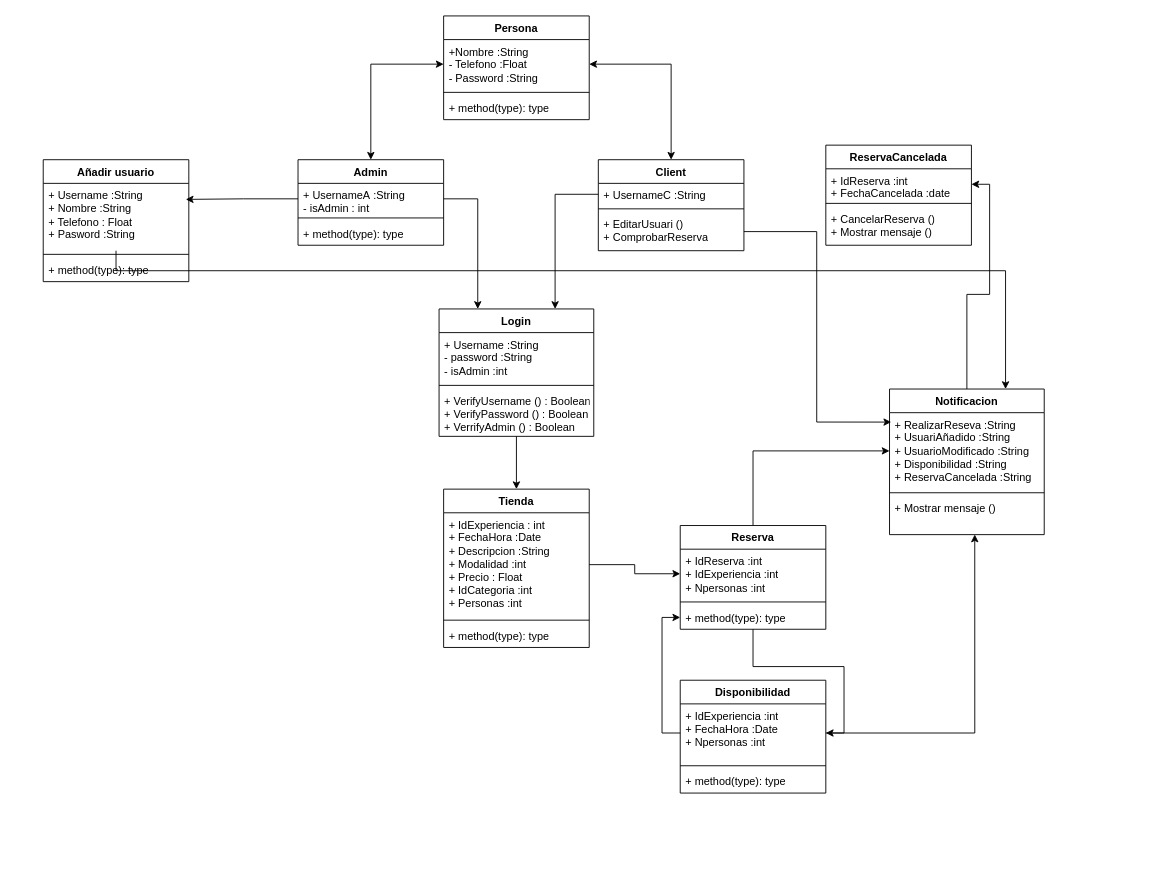
Above: Diagramas/UML_XaJo.drawio in joam6/Sailing_XaJo (draw.io), before the change. Source tidied: cells renumbered, new cells numbered last; positions are measured from the earlier drawing's top-left corner, leaving out a move shared by most shapes. Both pictures are drawn from the tidied source at 91%, with x=0, y=0 at pixel (43, 15).
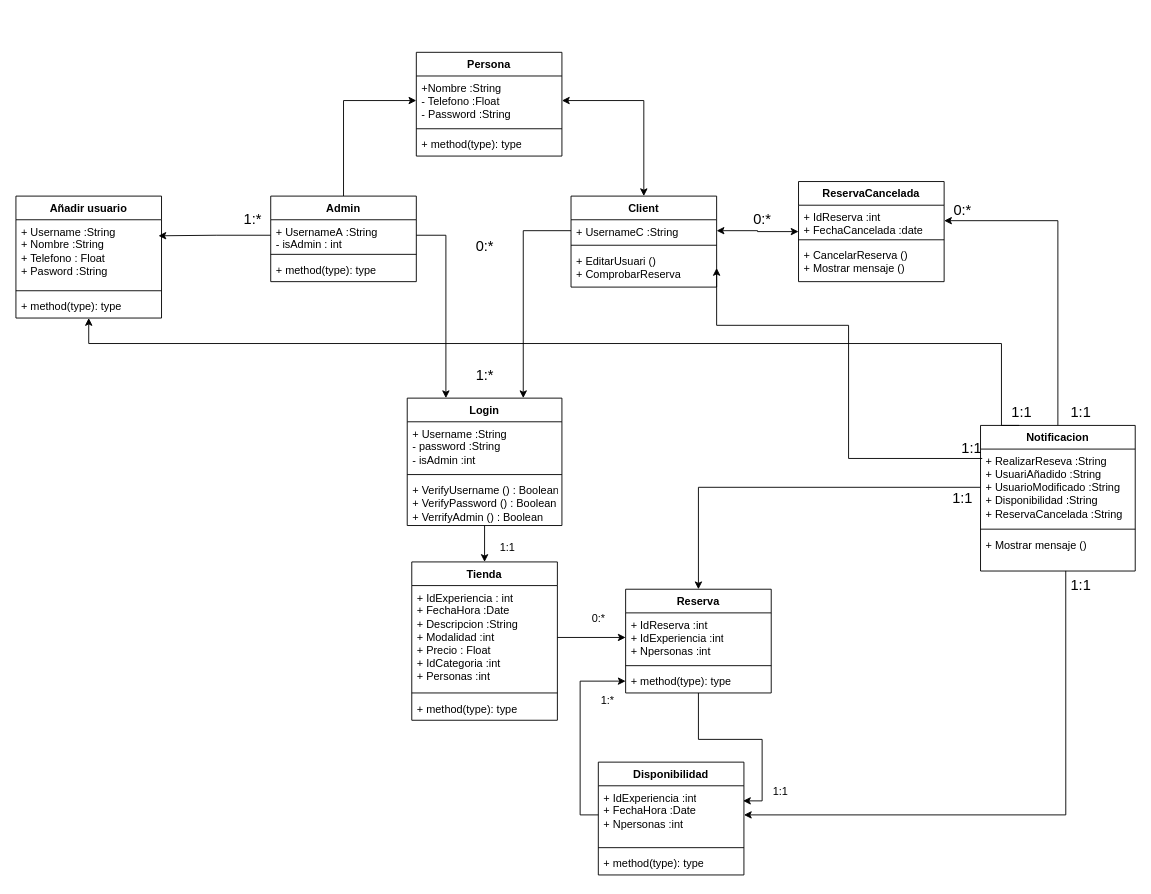
Above is the later version.

The change refers to these unchanged cells:
```xml
<mxCell id="8" value="+Nombre :String&lt;br&gt;- Telefono :Float&lt;br&gt;- Password :String" style="text;strokeColor=none;fillColor=none;align=left;verticalAlign=top;spacingLeft=4;spacingRight=4;overflow=hidden;points=[[0,0.5],[1,0.5]];portConstraint=eastwest;whiteSpace=wrap;html=1;" parent="7" vertex="1">
  <mxGeometry y="26" width="160" height="54" as="geometry" />
</mxCell>
<mxCell id="18" value="&lt;div&gt;+ UsernameC&amp;nbsp;&lt;span style=&quot;background-color: initial;&quot;&gt;:String&lt;/span&gt;&lt;/div&gt;" style="text;strokeColor=none;fillColor=none;align=left;verticalAlign=top;spacingLeft=4;spacingRight=4;overflow=hidden;points=[[0,0.5],[1,0.5]];portConstraint=eastwest;whiteSpace=wrap;html=1;" parent="17" vertex="1">
  <mxGeometry y="26" width="160" height="24" as="geometry" />
</mxCell>
<mxCell id="20" value="+ EditarUsuari ()&lt;br&gt;+ ComprobarReserva&lt;div&gt;&lt;/div&gt;" style="text;strokeColor=none;fillColor=none;align=left;verticalAlign=top;spacingLeft=4;spacingRight=4;overflow=hidden;points=[[0,0.5],[1,0.5]];portConstraint=eastwest;whiteSpace=wrap;html=1;" parent="17" vertex="1">
  <mxGeometry y="58" width="160" height="42" as="geometry" />
</mxCell>
<mxCell id="29" value="+ RealizarReseva :String&lt;br&gt;+ UsuariAñadido :String&lt;br&gt;+ UsuarioModificado :String&lt;br&gt;+ Disponibilidad :String&lt;br&gt;+ ReservaCancelada :String" style="text;strokeColor=none;fillColor=none;align=left;verticalAlign=top;spacingLeft=4;spacingRight=4;overflow=hidden;points=[[0,0.5],[1,0.5]];portConstraint=eastwest;whiteSpace=wrap;html=1;" parent="28" vertex="1">
  <mxGeometry y="26" width="170" height="84" as="geometry" />
</mxCell>
<mxCell id="31" value="+ Mostrar mensaje ()" style="text;strokeColor=none;fillColor=none;align=left;verticalAlign=top;spacingLeft=4;spacingRight=4;overflow=hidden;points=[[0,0.5],[1,0.5]];portConstraint=eastwest;whiteSpace=wrap;html=1;" parent="28" vertex="1">
  <mxGeometry y="118" width="170" height="42" as="geometry" />
</mxCell>
<mxCell id="33" value="+ Username :String&lt;br&gt;+ Nombre :String&lt;br&gt;+ Telefono : Float&lt;br&gt;+ Pasword :String" style="text;strokeColor=none;fillColor=none;align=left;verticalAlign=top;spacingLeft=4;spacingRight=4;overflow=hidden;points=[[0,0.5],[1,0.5]];portConstraint=eastwest;whiteSpace=wrap;html=1;" parent="32" vertex="1">
  <mxGeometry y="26" width="160" height="74" as="geometry" />
</mxCell>
<mxCell id="41" value="+ IdExperiencia :int&lt;br&gt;+ Fecha&lt;span style=&quot;background-color: initial;&quot;&gt;Hora :Date&lt;/span&gt;&lt;div&gt;+ Npersonas :int&lt;/div&gt;" style="text;strokeColor=none;fillColor=none;align=left;verticalAlign=top;spacingLeft=4;spacingRight=4;overflow=hidden;points=[[0,0.5],[1,0.5]];portConstraint=eastwest;whiteSpace=wrap;html=1;" parent="40" vertex="1">
  <mxGeometry y="26" width="160" height="64" as="geometry" />
</mxCell>
```

Change to the diagram source:
```diff
@@
     <mxCell id="3" value="Login" style="swimlane;fontStyle=1;align=center;verticalAlign=top;horizontal=1;startSize=26;whiteSpace=wrap;html=1;" parent="1" vertex="1">
-      <mxGeometry x="435" y="322" width="170" height="140" as="geometry" />
+      <mxGeometry x="400" y="420" width="170" height="140" as="geometry" />
     </mxCell>
@@
     <mxCell id="7" value="Persona" style="swimlane;fontStyle=1;align=center;verticalAlign=top;horizontal=1;startSize=26;whiteSpace=wrap;html=1;" parent="1" vertex="1">
-      <mxGeometry x="440" width="160" height="114" as="geometry" />
+      <mxGeometry x="410" y="40" width="160" height="114" as="geometry" />
     </mxCell>
@@
-    <mxCell id="11" style="edgeStyle=orthogonalEdgeStyle;rounded=0;jettySize=auto;html=1;exitX=0.5;exitY=0;exitDx=0;exitDy=0;entryX=0;entryY=0.5;entryDx=0;entryDy=0;startArrow=classic;startFill=1;" parent="1" edge="1" source="12" target="8">
+    <mxCell id="11" style="edgeStyle=orthogonalEdgeStyle;rounded=0;jettySize=auto;html=1;exitX=0.5;exitY=0;exitDx=0;exitDy=0;entryX=0;entryY=0.5;entryDx=0;entryDy=0;startArrow=none;startFill=0;" parent="1" edge="1" source="12" target="8">
       <mxGeometry relative="1" as="geometry" />
     </mxCell>
     <mxCell id="12" value="Admin" style="swimlane;fontStyle=1;align=center;verticalAlign=top;horizontal=1;startSize=26;whiteSpace=wrap;html=1;" parent="1" vertex="1">
-      <mxGeometry x="280" y="158" width="160" height="94" as="geometry" />
+      <mxGeometry x="250" y="198" width="160" height="94" as="geometry" />
     </mxCell>
@@
     <mxCell id="17" value="Client" style="swimlane;fontStyle=1;align=center;verticalAlign=top;horizontal=1;startSize=26;whiteSpace=wrap;html=1;" parent="1" vertex="1">
-      <mxGeometry x="610" y="158" width="160" height="100" as="geometry" />
+      <mxGeometry x="580" y="198" width="160" height="100" as="geometry" />
     </mxCell>
@@
-    <mxCell id="21" style="edgeStyle=orthogonalEdgeStyle;rounded=0;jettySize=auto;html=1;" parent="1" edge="1" source="23" target="41">
+    <mxCell id="21" style="edgeStyle=orthogonalEdgeStyle;rounded=0;jettySize=auto;html=1;entryX=0.994;entryY=0.259;entryDx=0;entryDy=0;entryPerimeter=0;" parent="1" edge="1" source="23" target="41">
       <mxGeometry relative="1" as="geometry" />
     </mxCell>
-    <mxCell id="22" style="edgeStyle=orthogonalEdgeStyle;rounded=0;jettySize=auto;html=1;entryX=0;entryY=0.5;entryDx=0;entryDy=0;" parent="1" edge="1" source="23" target="29">
+    <mxCell id="22" style="edgeStyle=orthogonalEdgeStyle;rounded=0;jettySize=auto;html=1;entryX=0;entryY=0.5;entryDx=0;entryDy=0;startArrow=classic;startFill=1;endArrow=none;endFill=0;" parent="1" edge="1" source="23" target="29">
       <mxGeometry relative="1" as="geometry" />
     </mxCell>
     <mxCell id="23" value="Reserva" style="swimlane;fontStyle=1;align=center;verticalAlign=top;horizontal=1;startSize=26;whiteSpace=wrap;html=1;" parent="1" vertex="1">
-      <mxGeometry x="700" y="560" width="160" height="114" as="geometry" />
+      <mxGeometry x="640" y="630" width="160" height="114" as="geometry" />
     </mxCell>
@@
     <mxCell id="28" value="Notificacion" style="swimlane;fontStyle=1;align=center;verticalAlign=top;horizontal=1;startSize=26;whiteSpace=wrap;html=1;" parent="1" vertex="1">
-      <mxGeometry x="930" y="410" width="170" height="160" as="geometry" />
+      <mxGeometry x="1030" y="450" width="170" height="160" as="geometry" />
     </mxCell>
@@
+    <mxCell id="56" style="edgeStyle=orthogonalEdgeStyle;rounded=0;jettySize=auto;html=1;entryX=0.25;entryY=0;entryDx=0;entryDy=0;startArrow=classic;startFill=1;endArrow=none;endFill=0;" parent="1" edge="1" source="32" target="28">
+      <mxGeometry relative="1" as="geometry">
+        <Array as="points">
+          <mxPoint x="50" y="360" />
+          <mxPoint x="1053" y="360" />
+        </Array>
+      </mxGeometry>
+    </mxCell>
     <mxCell id="32" value="Añadir usuario" style="swimlane;fontStyle=1;align=center;verticalAlign=top;horizontal=1;startSize=26;whiteSpace=wrap;html=1;" parent="1" vertex="1">
-      <mxGeometry y="158" width="160" height="134" as="geometry" />
+      <mxGeometry x="-30" y="198" width="160" height="134" as="geometry" />
     </mxCell>
@@
+    <mxCell id="57" style="edgeStyle=orthogonalEdgeStyle;rounded=0;jettySize=auto;html=1;entryX=1;entryY=0.5;entryDx=0;entryDy=0;startArrow=classic;startFill=1;" parent="1" edge="1" source="36" target="18">
+      <mxGeometry relative="1" as="geometry" />
+    </mxCell>
     <mxCell id="36" value="ReservaCancelada" style="swimlane;fontStyle=1;align=center;verticalAlign=top;horizontal=1;startSize=26;whiteSpace=wrap;html=1;" parent="1" vertex="1">
-      <mxGeometry x="860" y="142" width="160" height="110" as="geometry" />
+      <mxGeometry x="830" y="182" width="160" height="110" as="geometry" />
     </mxCell>
@@
     <mxCell id="40" value="Disponibilidad" style="swimlane;fontStyle=1;align=center;verticalAlign=top;horizontal=1;startSize=26;whiteSpace=wrap;html=1;" parent="1" vertex="1">
-      <mxGeometry x="700" y="730" width="160" height="124" as="geometry" />
+      <mxGeometry x="610" y="820" width="160" height="124" as="geometry" />
     </mxCell>
@@
     <mxCell id="44" value="Tienda" style="swimlane;fontStyle=1;align=center;verticalAlign=top;horizontal=1;startSize=26;whiteSpace=wrap;html=1;" parent="1" vertex="1">
-      <mxGeometry x="440" y="520" width="160" height="174" as="geometry" />
+      <mxGeometry x="405" y="600" width="160" height="174" as="geometry" />
     </mxCell>
@@
-    <mxCell id="53" style="edgeStyle=orthogonalEdgeStyle;rounded=0;jettySize=auto;html=1;entryX=0.75;entryY=0;entryDx=0;entryDy=0;" parent="1" edge="1" source="33" target="28">
-      <mxGeometry relative="1" as="geometry">
-        <Array as="points">
-          <mxPoint x="80" y="280" />
-          <mxPoint x="1057" y="280" />
-        </Array>
-      </mxGeometry>
-    </mxCell>
-    <mxCell id="54" style="edgeStyle=orthogonalEdgeStyle;rounded=0;jettySize=auto;html=1;entryX=0.551;entryY=0.997;entryDx=0;entryDy=0;entryPerimeter=0;" parent="1" edge="1" source="41" target="31">
+    <mxCell id="54" style="edgeStyle=orthogonalEdgeStyle;rounded=0;jettySize=auto;html=1;entryX=0.551;entryY=0.997;entryDx=0;entryDy=0;entryPerimeter=0;startArrow=classic;startFill=1;endArrow=none;endFill=0;" parent="1" edge="1" source="41" target="31">
       <mxGeometry relative="1" as="geometry" />
     </mxCell>
-    <mxCell id="55" style="edgeStyle=orthogonalEdgeStyle;rounded=0;jettySize=auto;html=1;exitX=1;exitY=0.5;exitDx=0;exitDy=0;entryX=0.011;entryY=0.123;entryDx=0;entryDy=0;entryPerimeter=0;" parent="1" edge="1" source="20" target="29">
-      <mxGeometry relative="1" as="geometry" />
+    <mxCell id="55" style="edgeStyle=orthogonalEdgeStyle;rounded=0;jettySize=auto;html=1;exitX=1;exitY=0.5;exitDx=0;exitDy=0;entryX=0.011;entryY=0.123;entryDx=0;entryDy=0;entryPerimeter=0;startArrow=classic;startFill=1;endArrow=none;endFill=0;" parent="1" edge="1" source="20" target="29">
+      <mxGeometry relative="1" as="geometry">
+        <Array as="points">
+          <mxPoint x="740" y="340" />
+          <mxPoint x="885" y="340" />
+          <mxPoint x="885" y="486" />
+        </Array>
+      </mxGeometry>
     </mxCell>
+    <mxCell id="58" value="1:1" style="text;html=1;align=center;verticalAlign=middle;strokeColor=none;fillColor=none;fontSize=16;" parent="1" vertex="1">
+      <mxGeometry x="1050" y="420" width="50" height="30" as="geometry" />
+    </mxCell>
+    <mxCell id="59" value="1:1" style="text;html=1;align=center;verticalAlign=middle;strokeColor=none;fillColor=none;fontSize=16;" parent="1" vertex="1">
+      <mxGeometry x="1115" y="420" width="50" height="30" as="geometry" />
+    </mxCell>
+    <mxCell id="60" value="1:1" style="text;html=1;align=center;verticalAlign=middle;strokeColor=none;fillColor=none;fontSize=16;" parent="1" vertex="1">
+      <mxGeometry x="1115" y="610" width="50" height="30" as="geometry" />
+    </mxCell>
+    <mxCell id="61" value="1:1" style="text;html=1;align=center;verticalAlign=middle;strokeColor=none;fillColor=none;fontSize=16;" parent="1" vertex="1">
+      <mxGeometry x="985" y="515" width="50" height="30" as="geometry" />
+    </mxCell>
+    <mxCell id="62" value="1:1" style="text;html=1;align=center;verticalAlign=middle;strokeColor=none;fillColor=none;fontSize=16;" parent="1" vertex="1">
+      <mxGeometry x="995" y="460" width="50" height="30" as="geometry" />
+    </mxCell>
+    <mxCell id="63" value="1:*" style="text;html=1;align=center;verticalAlign=middle;strokeColor=none;fillColor=none;fontSize=16;" parent="1" vertex="1">
+      <mxGeometry x="210" y="208" width="40" height="30" as="geometry" />
+    </mxCell>
+    <mxCell id="64" value="0:*" style="text;html=1;align=center;verticalAlign=middle;strokeColor=none;fillColor=none;fontSize=16;" parent="1" vertex="1">
+      <mxGeometry x="990" y="198" width="40" height="30" as="geometry" />
+    </mxCell>
+    <mxCell id="65" value="0:*" style="text;html=1;align=center;verticalAlign=middle;strokeColor=none;fillColor=none;strokeWidth=1;fontSize=16;" parent="1" vertex="1">
+      <mxGeometry x="770" y="208" width="40" height="30" as="geometry" />
+    </mxCell>
+    <mxCell id="66" value="1:*" style="text;html=1;align=center;verticalAlign=middle;strokeColor=none;fillColor=none;fontSize=16;" parent="1" vertex="1">
+      <mxGeometry x="465" y="380" width="40" height="30" as="geometry" />
+    </mxCell>
+    <mxCell id="67" value="0:*" style="text;html=1;align=center;verticalAlign=middle;strokeColor=none;fillColor=none;strokeWidth=1;fontSize=16;" parent="1" vertex="1">
+      <mxGeometry x="465" y="238" width="40" height="30" as="geometry" />
+    </mxCell>
+    <mxCell id="68" value="1:1" style="text;html=1;align=center;verticalAlign=middle;strokeColor=none;fillColor=none;" parent="1" vertex="1">
+      <mxGeometry x="490" y="570" width="40" height="30" as="geometry" />
+    </mxCell>
+    <mxCell id="69" value="1:*" style="text;html=1;align=center;verticalAlign=middle;strokeColor=none;fillColor=none;" parent="1" vertex="1">
+      <mxGeometry x="600" y="738" width="40" height="30" as="geometry" />
+    </mxCell>
+    <mxCell id="70" value="1:1" style="text;html=1;align=center;verticalAlign=middle;strokeColor=none;fillColor=none;" parent="1" vertex="1">
+      <mxGeometry x="790" y="838" width="40" height="30" as="geometry" />
+    </mxCell>
+    <mxCell id="71" value="0:*" style="text;html=1;align=center;verticalAlign=middle;strokeColor=none;fillColor=none;" parent="1" vertex="1">
+      <mxGeometry x="590" y="648" width="40" height="30" as="geometry" />
+    </mxCell>
```
